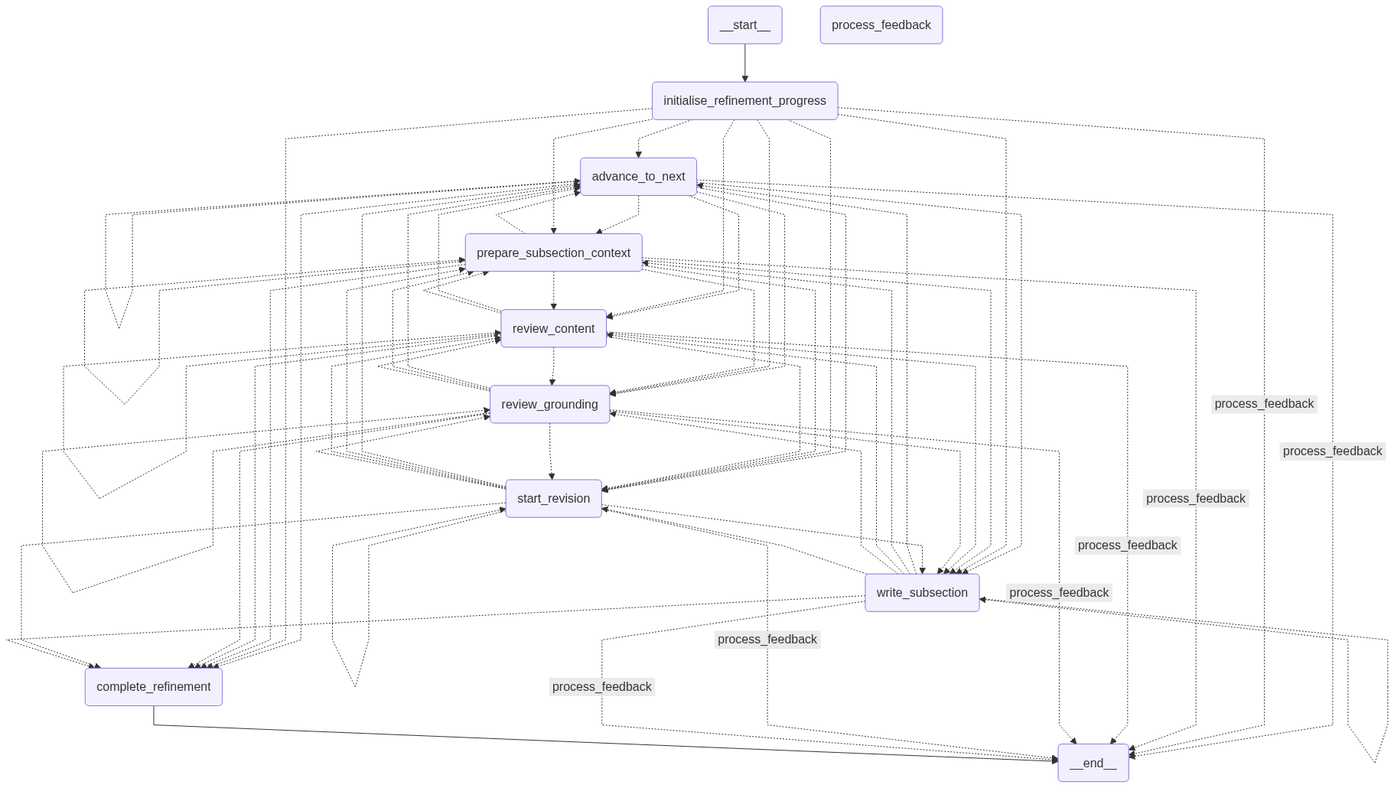
Above: graph_diagrams/refinement_graph.png in flatala/langgraph-research (Mermaid), before the change. Its source is kept beside it as graph_diagrams/refinement_graph.mmd.
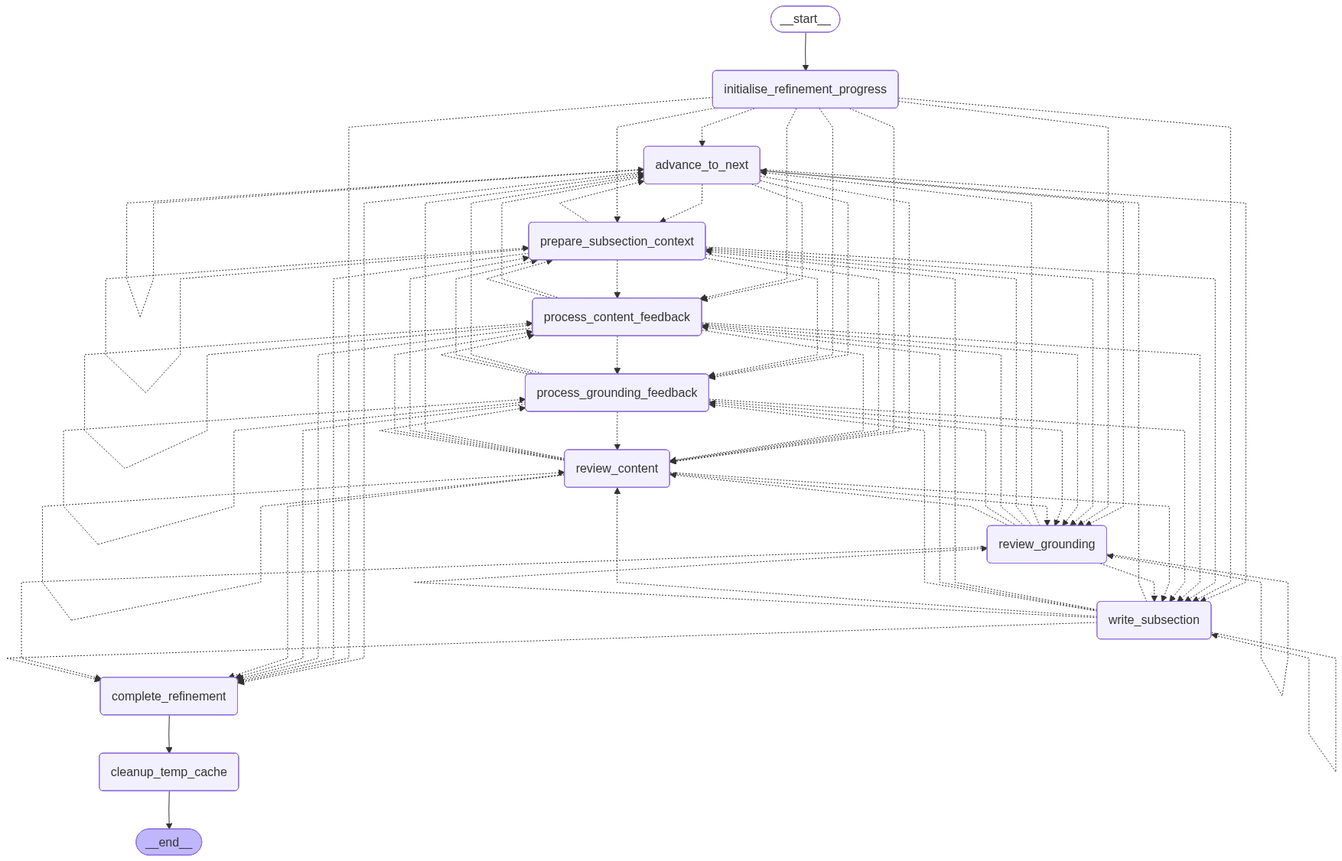
Later version of the same file.

The edit, as a diff of the source:
```diff
@@ -9,9 +9,9 @@
 	prepare_subsection_context(prepare_subsection_context)
 	write_subsection(write_subsection)
 	review_content(review_content)
+	process_content_feedback(process_content_feedback)
 	review_grounding(review_grounding)
-	process_feedback(process_feedback)
-	start_revision(start_revision)
+	process_grounding_feedback(process_grounding_feedback)
 	advance_to_next(advance_to_next)
 	complete_refinement(complete_refinement)
 	cleanup_temp_cache(cleanup_temp_cache)
@@ -19,69 +19,69 @@
 	__start__ --> initialise_refinement_progress;
 	advance_to_next -.-> complete_refinement;
 	advance_to_next -.-> prepare_subsection_context;
-	advance_to_next -.-> process_feedback;
+	advance_to_next -.-> process_content_feedback;
+	advance_to_next -.-> process_grounding_feedback;
 	advance_to_next -.-> review_content;
 	advance_to_next -.-> review_grounding;
-	advance_to_next -.-> start_revision;
 	advance_to_next -.-> write_subsection;
 	complete_refinement --> cleanup_temp_cache;
 	initialise_refinement_progress -.-> advance_to_next;
 	initialise_refinement_progress -.-> complete_refinement;
 	initialise_refinement_progress -.-> prepare_subsection_context;
-	initialise_refinement_progress -.-> process_feedback;
+	initialise_refinement_progress -.-> process_content_feedback;
+	initialise_refinement_progress -.-> process_grounding_feedback;
 	initialise_refinement_progress -.-> review_content;
 	initialise_refinement_progress -.-> review_grounding;
-	initialise_refinement_progress -.-> start_revision;
 	initialise_refinement_progress -.-> write_subsection;
 	prepare_subsection_context -.-> advance_to_next;
 	prepare_subsection_context -.-> complete_refinement;
-	prepare_subsection_context -.-> process_feedback;
+	prepare_subsection_context -.-> process_content_feedback;
+	prepare_subsection_context -.-> process_grounding_feedback;
 	prepare_subsection_context -.-> review_content;
 	prepare_subsection_context -.-> review_grounding;
-	prepare_subsection_context -.-> start_revision;
 	prepare_subsection_context -.-> write_subsection;
-	process_feedback -.-> advance_to_next;
-	process_feedback -.-> complete_refinement;
-	process_feedback -.-> prepare_subsection_context;
-	process_feedback -.-> review_content;
-	process_feedback -.-> review_grounding;
-	process_feedback -.-> start_revision;
-	process_feedback -.-> write_subsection;
+	process_content_feedback -.-> advance_to_next;
+	process_content_feedback -.-> complete_refinement;
+	process_content_feedback -.-> prepare_subsection_context;
+	process_content_feedback -.-> process_grounding_feedback;
+	process_content_feedback -.-> review_content;
+	process_content_feedback -.-> review_grounding;
+	process_content_feedback -.-> write_subsection;
+	process_grounding_feedback -.-> advance_to_next;
+	process_grounding_feedback -.-> complete_refinement;
+	process_grounding_feedback -.-> prepare_subsection_context;
+	process_grounding_feedback -.-> process_content_feedback;
+	process_grounding_feedback -.-> review_content;
+	process_grounding_feedback -.-> review_grounding;
+	process_grounding_feedback -.-> write_subsection;
 	review_content -.-> advance_to_next;
 	review_content -.-> complete_refinement;
 	review_content -.-> prepare_subsection_context;
-	review_content -.-> process_feedback;
+	review_content -.-> process_content_feedback;
+	review_content -.-> process_grounding_feedback;
 	review_content -.-> review_grounding;
-	review_content -.-> start_revision;
 	review_content -.-> write_subsection;
 	review_grounding -.-> advance_to_next;
 	review_grounding -.-> complete_refinement;
 	review_grounding -.-> prepare_subsection_context;
-	review_grounding -.-> process_feedback;
+	review_grounding -.-> process_content_feedback;
+	review_grounding -.-> process_grounding_feedback;
 	review_grounding -.-> review_content;
-	review_grounding -.-> start_revision;
 	review_grounding -.-> write_subsection;
-	start_revision -.-> advance_to_next;
-	start_revision -.-> complete_refinement;
-	start_revision -.-> prepare_subsection_context;
-	start_revision -.-> process_feedback;
-	start_revision -.-> review_content;
-	start_revision -.-> review_grounding;
-	start_revision -.-> write_subsection;
 	write_subsection -.-> advance_to_next;
 	write_subsection -.-> complete_refinement;
 	write_subsection -.-> prepare_subsection_context;
-	write_subsection -.-> process_feedback;
+	write_subsection -.-> process_content_feedback;
+	write_subsection -.-> process_grounding_feedback;
 	write_subsection -.-> review_content;
 	write_subsection -.-> review_grounding;
-	write_subsection -.-> start_revision;
 	cleanup_temp_cache --> __end__;
 	advance_to_next -.-> advance_to_next;
 	prepare_subsection_context -.-> prepare_subsection_context;
-	process_feedback -.-> process_feedback;
+	process_content_feedback -.-> process_content_feedback;
+	process_grounding_feedback -.-> process_grounding_feedback;
 	review_content -.-> review_content;
 	review_grounding -.-> review_grounding;
-	start_revision -.-> start_revision;
 	write_subsection -.-> write_subsection;
 	classDef default fill:#f2f0ff,line-height:1.2
 	classDef first fill-opacity:0
```
